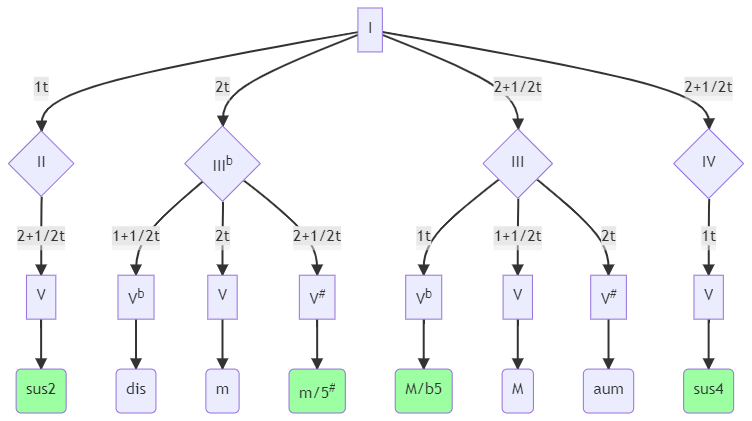
This is docs/assets/chord_definition.png from juandspy/guitar-notes, a Mermaid export, as it was before one commit. Its source is kept beside it as docs/assets/chord_definition.mmd.
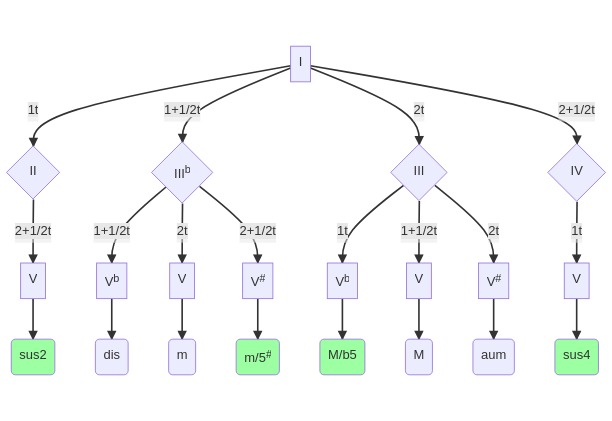
Above is the later version.

What changed in the source:
```diff
@@ -9,7 +9,7 @@
     g2 -->|2+1/2t| g5_1[V]
     g5_1 --> sus2(sus2)
 
-    g1 -->|2t| g3b{III<sup>b</sup>}
+    g1 -->|1+1/2t| g3b{III<sup>b</sup>}
     g3b -->|1+1/2t| g5_2_b[V<sup>b</sup>]
     g5_2_b --> dis(dis)
     g3b -->|2t| g5_2[V]
@@ -17,7 +17,7 @@
     g3b -->|2+1/2t| g5_2_s[V<sup>#</sup>]
     g5_2_s --> m5(m/5<sup>#</sup>)
 
-    g1 -->|2+1/2t| g3{III}
+    g1 -->|2t| g3{III}
     g3 -->|1t| g5_3_b[V<sup>b</sup>]
     g5_3_b --> Mb5(M/b5)
     g3 -->|1+1/2t| g5_3[V]
```
